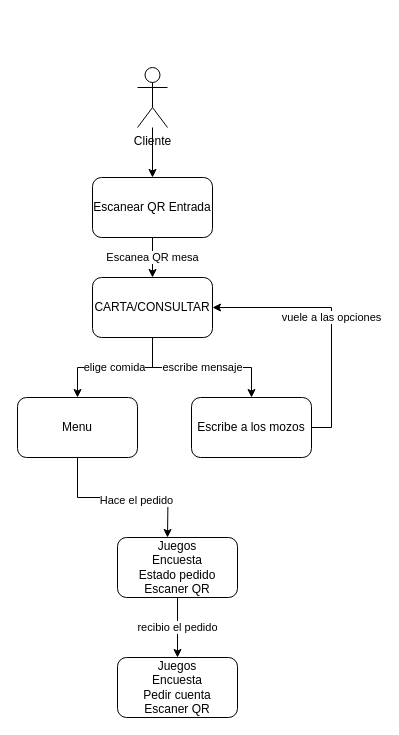
This is assetsReadme/pedido.drawio from LodolaTomas/2021_TP_PPS_Comanda_1_cuatri, a draw.io file, before an edit. Source tidied: cells renumbered, new cells numbered last; positions are measured from the earlier drawing's top-left corner, leaving out a move shared by most shapes. Both pictures are drawn from the tidied source at 100%, with x=0, y=0 at pixel (17, 67).
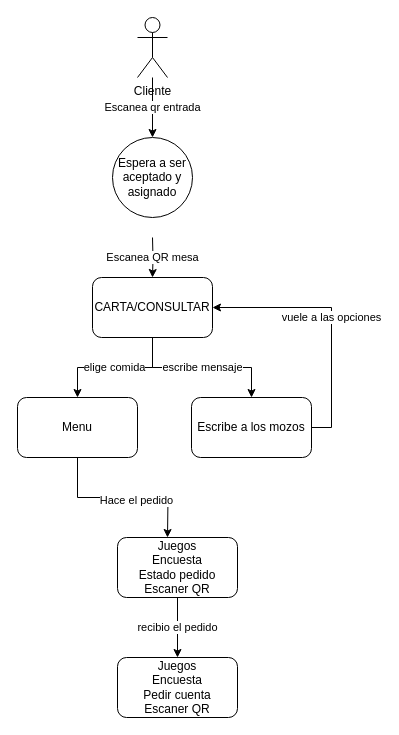
Above is the later version.

The edit, as a diff of the source:
```diff
@@
 <mxGraphModel>
   <root>
     <mxCell id="0" />
     <mxCell id="1" parent="0" />
-    <mxCell id="2" value="Escanea QR mesa" style="edgeStyle=orthogonalEdgeStyle;rounded=0;jettySize=auto;html=1;exitX=0.5;exitY=1;exitDx=0;exitDy=0;entryX=0.5;entryY=0;entryDx=0;entryDy=0;" parent="1" edge="1" source="3" target="8">
-      <mxGeometry relative="1" as="geometry" />
+    <mxCell id="2" value="Escanea QR mesa" style="edgeStyle=orthogonalEdgeStyle;rounded=0;jettySize=auto;html=1;exitX=0.5;exitY=1;exitDx=0;exitDy=0;entryX=0.5;entryY=0;entryDx=0;entryDy=0;" parent="1" edge="1" target="8">
+      <mxGeometry relative="1" as="geometry">
+        <mxPoint x="135" y="170" as="sourcePoint" />
+      </mxGeometry>
     </mxCell>
-    <mxCell id="3" value="Escanear QR Entrada" style="rounded=1;whiteSpace=wrap;html=1;" parent="1" vertex="1">
-      <mxGeometry x="75" y="110" width="120" height="60" as="geometry" />
-    </mxCell>
-    <mxCell id="4" style="edgeStyle=orthogonalEdgeStyle;rounded=0;jettySize=auto;html=1;entryX=0.5;entryY=0;entryDx=0;entryDy=0;" parent="1" edge="1" source="5" target="3">
+    <mxCell id="4" value="Escanea qr entrada" style="edgeStyle=orthogonalEdgeStyle;rounded=0;jettySize=auto;html=1;entryX=0.5;entryY=0;entryDx=0;entryDy=0;" parent="1" edge="1" source="5" target="18">
       <mxGeometry relative="1" as="geometry" />
     </mxCell>
     <mxCell id="5" value="Cliente&lt;br&gt;" style="shape=umlActor;verticalLabelPosition=bottom;verticalAlign=top;html=1;outlineConnect=0;" parent="1" vertex="1">
-      <mxGeometry x="120" width="30" height="60" as="geometry" />
+      <mxGeometry x="120" y="-50" width="30" height="60" as="geometry" />
     </mxCell>
     <mxCell id="6" value="escribe mensaje" style="edgeStyle=orthogonalEdgeStyle;rounded=0;jettySize=auto;html=1;exitX=0.5;exitY=1;exitDx=0;exitDy=0;entryX=0.5;entryY=0;entryDx=0;entryDy=0;" parent="1" edge="1" source="8" target="10">
       <mxGeometry relative="1" as="geometry" />
     </mxCell>
     <mxCell id="7" value="elige comida" style="edgeStyle=orthogonalEdgeStyle;rounded=0;jettySize=auto;html=1;exitX=0.5;exitY=1;exitDx=0;exitDy=0;entryX=0.5;entryY=0;entryDx=0;entryDy=0;" parent="1" edge="1" source="8" target="14">
       <mxGeometry relative="1" as="geometry" />
     </mxCell>
     <mxCell id="8" value="CARTA/CONSULTAR" style="rounded=1;whiteSpace=wrap;html=1;" parent="1" vertex="1">
       <mxGeometry x="75" y="210" width="120" height="60" as="geometry" />
     </mxCell>
     <mxCell id="9" value="vuele a las opciones" style="edgeStyle=orthogonalEdgeStyle;rounded=0;jettySize=auto;html=1;exitX=1;exitY=0.5;exitDx=0;exitDy=0;entryX=1;entryY=0.5;entryDx=0;entryDy=0;" parent="1" edge="1" source="10" target="8">
       <mxGeometry relative="1" as="geometry" />
     </mxCell>
     <mxCell id="10" value="Escribe a los mozos" style="rounded=1;whiteSpace=wrap;html=1;" parent="1" vertex="1">
       <mxGeometry x="174" y="330" width="120" height="60" as="geometry" />
     </mxCell>
     <mxCell id="11" style="edgeStyle=orthogonalEdgeStyle;rounded=0;orthogonalLoop=1;jettySize=auto;html=1;exitX=0.5;exitY=1;exitDx=0;exitDy=0;" parent="1" edge="1" source="8" target="8">
       <mxGeometry relative="1" as="geometry" />
     </mxCell>
     <mxCell id="12" style="edgeStyle=orthogonalEdgeStyle;rounded=0;jettySize=auto;html=1;exitX=0.5;exitY=1;exitDx=0;exitDy=0;" parent="1" edge="1" source="14">
       <mxGeometry relative="1" as="geometry">
         <mxPoint x="150" y="470" as="targetPoint" />
       </mxGeometry>
     </mxCell>
     <mxCell id="13" value="Hace el pedido" style="edgeLabel;html=1;align=center;verticalAlign=middle;" parent="12" vertex="1">
       <mxGeometry x="0.15" y="-2" relative="1" as="geometry" />
     </mxCell>
     <mxCell id="14" value="Menu" style="rounded=1;whiteSpace=wrap;html=1;" parent="1" vertex="1">
       <mxGeometry y="330" width="120" height="60" as="geometry" />
     </mxCell>
     <mxCell id="15" value="recibio el pedido" style="edgeStyle=orthogonalEdgeStyle;rounded=0;jettySize=auto;html=1;exitX=0.5;exitY=1;exitDx=0;exitDy=0;entryX=0.5;entryY=0;entryDx=0;entryDy=0;" parent="1" edge="1" source="16" target="17">
       <mxGeometry relative="1" as="geometry" />
     </mxCell>
     <mxCell id="16" value="Juegos&lt;br&gt;Encuesta&lt;br&gt;Estado pedido&lt;br&gt;Escaner QR" style="rounded=1;whiteSpace=wrap;html=1;" parent="1" vertex="1">
       <mxGeometry x="100" y="470" width="120" height="60" as="geometry" />
     </mxCell>
     <mxCell id="17" value="Juegos&lt;br&gt;Encuesta&lt;br&gt;Pedir cuenta&lt;br&gt;Escaner QR" style="rounded=1;whiteSpace=wrap;html=1;" parent="1" vertex="1">
       <mxGeometry x="100" y="590" width="120" height="60" as="geometry" />
     </mxCell>
+    <mxCell id="18" value="Espera a ser aceptado y asignado" style="ellipse;whiteSpace=wrap;html=1;" parent="1" vertex="1">
+      <mxGeometry x="95" y="70" width="80" height="80" as="geometry" />
+    </mxCell>
   </root>
 </mxGraphModel>
```
